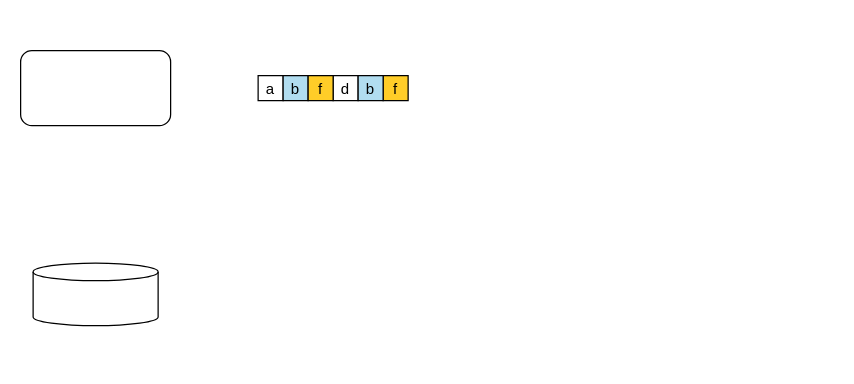
Earlier version of the draw.io diagram 框架.drawio (YurianStormrage/images). Source tidied: cells renumbered, new cells numbered last; positions are measured from the earlier drawing's top-left corner, leaving out a move shared by most shapes. Both pictures are drawn from the tidied source at 125%, with x=0, y=0 at pixel (20, 50).
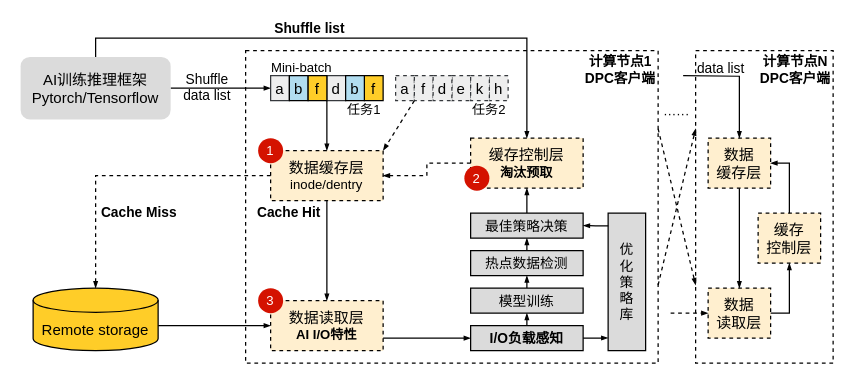
The same diagram, later.

The edit, as a diff of the source:
```diff
@@
+    <mxCell id="10" style="rounded=0;fontFamily=Helvetica;fontSize=11;labelBackgroundColor=none;fillColor=none;dashed=1;" parent="1" vertex="1">
+      <mxGeometry x="540" width="110" height="250" as="geometry" />
+    </mxCell>
+    <mxCell id="11" style="rounded=0;jettySize=auto;exitX=1;exitY=0.25;exitDx=0;exitDy=0;entryX=0;entryY=0.75;entryDx=0;entryDy=0;strokeColor=default;align=center;verticalAlign=middle;fontFamily=Helvetica;fontSize=11;fontColor=default;labelBackgroundColor=none;endArrow=blockThin;endFill=1;endSize=3;dashed=1;" parent="1" edge="1" source="13" target="10">
+      <mxGeometry relative="1" as="geometry" />
+    </mxCell>
+    <mxCell id="12" style="rounded=0;jettySize=auto;exitX=1;exitY=0.75;exitDx=0;exitDy=0;entryX=0;entryY=0.25;entryDx=0;entryDy=0;strokeColor=default;align=center;verticalAlign=middle;fontFamily=Helvetica;fontSize=11;fontColor=default;labelBackgroundColor=none;endArrow=blockThin;endFill=1;endSize=3;dashed=1;" parent="1" edge="1" source="13" target="10">
+      <mxGeometry relative="1" as="geometry" />
+    </mxCell>
+    <mxCell id="13" style="rounded=0;fontFamily=Helvetica;fontSize=11;labelBackgroundColor=none;fillColor=none;dashed=1;" parent="1" vertex="1">
+      <mxGeometry x="180" width="330" height="250" as="geometry" />
+    </mxCell>
+    <mxCell id="14" style="rounded=0;jettySize=auto;html=1;entryX=0;entryY=0.5;entryDx=0;entryDy=0;strokeColor=default;align=center;verticalAlign=middle;fontFamily=Helvetica;fontSize=11;fontColor=default;labelBackgroundColor=none;endArrow=blockThin;endFill=1;endSize=3;exitX=1;exitY=0.6;exitDx=0;exitDy=0;exitPerimeter=0;" parent="1" edge="1" source="2" target="30">
+      <mxGeometry relative="1" as="geometry" />
+    </mxCell>
-    <mxCell id="2" style="shape=cylinder3;boundedLbl=1;backgroundOutline=1;size=7;" parent="1" vertex="1">
-      <mxGeometry x="10" y="170" width="100" height="50" as="geometry" />
+    <mxCell id="2" value="Remote storage" style="shape=cylinder3;boundedLbl=1;backgroundOutline=1;size=9.6666666666668;fillColor=#ffcd28;gradientColor=none;strokeColor=#000000;" parent="1" vertex="1">
+      <mxGeometry x="10" y="190" width="100" height="50" as="geometry" />
     </mxCell>
+    <mxCell id="15" style="edgeStyle=orthogonalEdgeStyle;rounded=0;jettySize=auto;exitX=1;exitY=0.5;exitDx=0;exitDy=0;entryX=0;entryY=0.5;entryDx=0;entryDy=0;strokeColor=default;align=center;verticalAlign=middle;fontFamily=Helvetica;fontSize=11;fontColor=default;labelBackgroundColor=default;endArrow=blockThin;endFill=1;endSize=3;" parent="1" edge="1" source="3" target="4">
+      <mxGeometry relative="1" as="geometry" />
+    </mxCell>
+    <mxCell id="16" value="Shuffle&#10;data list&#10;" style="edgeLabel;align=center;verticalAlign=middle;fontFamily=Helvetica;fontSize=11;fontColor=default;labelBackgroundColor=none;" parent="15" vertex="1">
+      <mxGeometry x="0.35" y="1" relative="1" as="geometry">
+        <mxPoint x="-25" y="6" as="offset" />
+      </mxGeometry>
+    </mxCell>
+    <mxCell id="17" style="edgeStyle=orthogonalEdgeStyle;rounded=0;jettySize=auto;html=1;exitX=0.5;exitY=0;exitDx=0;exitDy=0;entryX=0.5;entryY=0;entryDx=0;entryDy=0;strokeColor=default;align=center;verticalAlign=middle;fontFamily=Helvetica;fontSize=11;fontColor=default;labelBackgroundColor=default;endArrow=blockThin;endFill=1;endSize=3;" parent="1" edge="1" source="3" target="34">
+      <mxGeometry relative="1" as="geometry">
+        <Array as="points">
+          <mxPoint x="60" y="-10" />
+          <mxPoint x="405" y="-10" />
+        </Array>
+      </mxGeometry>
+    </mxCell>
+    <mxCell id="18" value="Shuffle list" style="edgeLabel;align=center;verticalAlign=bottom;fontFamily=Helvetica;fontSize=11;fontColor=default;labelBackgroundColor=none;fontStyle=1;" parent="17" vertex="1">
+      <mxGeometry x="0.23" y="2" relative="1" as="geometry">
+        <mxPoint x="-85" y="2" as="offset" />
+      </mxGeometry>
+    </mxCell>
-    <mxCell id="3" style="rounded=1;whiteSpace=wrap;html=1;" parent="1" vertex="1">
-      <mxGeometry width="120" height="60" as="geometry" />
+    <mxCell id="3" value="AI训练推理框架&#10;Pytorch/Tensorflow" style="rounded=1;verticalAlign=middle;fillColor=#DBDBDB;strokeColor=none;" parent="1" vertex="1">
+      <mxGeometry y="5" width="120" height="50" as="geometry" />
     </mxCell>
+    <mxCell id="19" style="group;fontSize=12;" parent="1" vertex="1">
+      <mxGeometry x="200" y="20" width="90" height="40" as="geometry" />
+    </mxCell>
-    <mxCell id="4" value="a" parent="1" vertex="1">
-      <mxGeometry x="190" y="20" width="20" height="20" as="geometry" />
+    <mxCell id="4" value="a" style="fillColor=#eeeeee;strokeColor=#36393d;" parent="19" vertex="1">
+      <mxGeometry width="15" height="20" as="geometry" />
     </mxCell>
-    <mxCell id="5" value="b" style="fillColor=#b1ddf0;strokeColor=#000000;" parent="1" vertex="1">
-      <mxGeometry x="210" y="20" width="20" height="20" as="geometry" />
+    <mxCell id="5" value="b" style="fillColor=#b1ddf0;strokeColor=#000000;" parent="19" vertex="1">
+      <mxGeometry x="15" width="15" height="20" as="geometry" />
     </mxCell>
-    <mxCell id="6" value="d" parent="1" vertex="1">
-      <mxGeometry x="250" y="20" width="20" height="20" as="geometry" />
+    <mxCell id="6" value="d" style="fillColor=#eeeeee;strokeColor=#36393d;" parent="19" vertex="1">
+      <mxGeometry x="45" width="15" height="20" as="geometry" />
     </mxCell>
-    <mxCell id="7" value="f" style="fillColor=#ffcd28;strokeColor=#000000;gradientColor=none;" parent="1" vertex="1">
-      <mxGeometry x="230" y="20" width="20" height="20" as="geometry" />
+    <mxCell id="7" value="f" style="fillColor=#ffcd28;strokeColor=#000000;gradientColor=none;" parent="19" vertex="1">
+      <mxGeometry x="30" width="15" height="20" as="geometry" />
     </mxCell>
-    <mxCell id="8" value="f" style="fillColor=#ffcd28;strokeColor=#000000;gradientColor=none;" parent="1" vertex="1">
-      <mxGeometry x="290" y="20" width="20" height="20" as="geometry" />
+    <mxCell id="8" value="f" style="fillColor=#ffcd28;strokeColor=#000000;gradientColor=none;" parent="19" vertex="1">
+      <mxGeometry x="75" width="15" height="20" as="geometry" />
     </mxCell>
-    <mxCell id="9" value="b" style="fillColor=#b1ddf0;strokeColor=#000000;" parent="1" vertex="1">
-      <mxGeometry x="270" y="20" width="20" height="20" as="geometry" />
+    <mxCell id="9" value="b" style="fillColor=#b1ddf0;strokeColor=#000000;" parent="19" vertex="1">
+      <mxGeometry x="60" width="15" height="20" as="geometry" />
     </mxCell>
+    <mxCell id="20" value="任务1" style="text;strokeColor=none;align=center;fillColor=none;verticalAlign=middle;rounded=0;fontSize=10.5;" parent="19" vertex="1">
+      <mxGeometry x="60" y="22" width="30" height="10" as="geometry" />
+    </mxCell>
+    <mxCell id="21" style="group;" parent="1" vertex="1">
+      <mxGeometry x="300" y="20" width="90" height="40" as="geometry" />
+    </mxCell>
+    <mxCell id="22" value="a" style="dashed=1;fillColor=#eeeeee;strokeColor=#36393d;" parent="21" vertex="1">
+      <mxGeometry width="15" height="20" as="geometry" />
+    </mxCell>
+    <mxCell id="23" value="f" style="dashed=1;fillColor=#eeeeee;strokeColor=#36393d;" parent="21" vertex="1">
+      <mxGeometry x="15" width="15" height="20" as="geometry" />
+    </mxCell>
+    <mxCell id="24" value="e" style="dashed=1;fillColor=#eeeeee;strokeColor=#36393d;" parent="21" vertex="1">
+      <mxGeometry x="45" width="15" height="20" as="geometry" />
+    </mxCell>
+    <mxCell id="25" value="d" style="dashed=1;fillColor=#eeeeee;strokeColor=#36393d;" parent="21" vertex="1">
+      <mxGeometry x="30" width="15" height="20" as="geometry" />
+    </mxCell>
+    <mxCell id="26" value="h" style="dashed=1;fillColor=#eeeeee;strokeColor=#36393d;" parent="21" vertex="1">
+      <mxGeometry x="75" width="15" height="20" as="geometry" />
+    </mxCell>
+    <mxCell id="27" value="k" style="dashed=1;fillColor=#eeeeee;strokeColor=#36393d;" parent="21" vertex="1">
+      <mxGeometry x="60" width="15" height="20" as="geometry" />
+    </mxCell>
+    <mxCell id="28" value="任务2" style="text;strokeColor=none;align=center;fillColor=none;verticalAlign=middle;rounded=0;fontSize=10.5;" parent="21" vertex="1">
+      <mxGeometry x="60" y="22" width="30" height="10" as="geometry" />
+    </mxCell>
+    <mxCell id="29" style="group;fillColor=#FFEFCF;" parent="1" vertex="1">
+      <mxGeometry x="200" y="200" width="90" height="40" as="geometry" />
+    </mxCell>
+    <mxCell id="30" value="数据读取层" style="rounded=0;dashed=1;fillColor=#FFEFCF;strokeColor=#000000;fontStyle=0;verticalAlign=top;" parent="29" vertex="1">
+      <mxGeometry width="90" height="40" as="geometry" />
+    </mxCell>
+    <mxCell id="31" value="AI I/O特性" style="text;strokeColor=none;align=center;fillColor=#FFEFCF;verticalAlign=middle;rounded=0;fontStyle=1;fontSize=10.5;" parent="29" vertex="1">
+      <mxGeometry x="15" y="22" width="60" height="10" as="geometry" />
+    </mxCell>
+    <mxCell id="32" value="3" style="ellipse;fontFamily=Helvetica;fontSize=10.5;fontColor=#ffffff;labelBackgroundColor=none;fillColor=#D41200;strokeColor=none;" parent="29" vertex="1">
+      <mxGeometry x="-10" y="-10" width="20" height="20" as="geometry" />
+    </mxCell>
+    <mxCell id="33" style="group;fillColor=#FFEFCF;" parent="1" vertex="1">
+      <mxGeometry x="360" y="70" width="90" height="40" as="geometry" />
+    </mxCell>
+    <mxCell id="34" value="缓存控制层" style="rounded=0;dashed=1;fillColor=#FFEFCF;strokeColor=#000000;fontStyle=0;verticalAlign=top;" parent="33" vertex="1">
+      <mxGeometry width="90" height="40" as="geometry" />
+    </mxCell>
+    <mxCell id="35" value="淘汰预取" style="text;strokeColor=none;align=center;fillColor=#FFEFCF;verticalAlign=middle;rounded=0;fontStyle=1;fontSize=10.5;" parent="33" vertex="1">
+      <mxGeometry x="15" y="22" width="60" height="10" as="geometry" />
+    </mxCell>
+    <mxCell id="36" value="2" style="ellipse;fontFamily=Helvetica;fontSize=10.5;fontColor=#ffffff;labelBackgroundColor=none;fillColor=#D41200;strokeColor=none;" parent="33" vertex="1">
+      <mxGeometry x="-5" y="22" width="20" height="20" as="geometry" />
+    </mxCell>
+    <mxCell id="37" style="group;fillColor=#FFEFCF;" parent="1" vertex="1">
+      <mxGeometry x="200" y="80" width="90" height="40" as="geometry" />
+    </mxCell>
+    <mxCell id="38" value="数据缓存层" style="rounded=0;dashed=1;fillColor=#FFEFCF;strokeColor=#000000;fontStyle=0;verticalAlign=top;" parent="37" vertex="1">
+      <mxGeometry width="90" height="40" as="geometry" />
+    </mxCell>
+    <mxCell id="39" value="inode/dentry" style="text;strokeColor=none;align=center;fillColor=#FFEFCF;verticalAlign=middle;rounded=0;fontStyle=0;fontSize=10.5;" parent="37" vertex="1">
+      <mxGeometry x="15" y="22" width="60" height="10" as="geometry" />
+    </mxCell>
+    <mxCell id="40" value="1" style="ellipse;fontFamily=Helvetica;fontSize=10.5;fontColor=#ffffff;labelBackgroundColor=none;fillColor=#D41200;strokeColor=none;" parent="37" vertex="1">
+      <mxGeometry x="-10" y="-10" width="20" height="20" as="geometry" />
+    </mxCell>
+    <mxCell id="41" style="edgeStyle=orthogonalEdgeStyle;rounded=0;jettySize=auto;exitX=0;exitY=1;exitDx=0;exitDy=0;entryX=0.5;entryY=0;entryDx=0;entryDy=0;endArrow=blockThin;endFill=1;endSize=3;" parent="1" edge="1" source="6" target="38">
+      <mxGeometry relative="1" as="geometry" />
+    </mxCell>
+    <mxCell id="42" style="edgeStyle=orthogonalEdgeStyle;rounded=0;jettySize=auto;exitX=0.5;exitY=1;exitDx=0;exitDy=0;entryX=0.5;entryY=0;entryDx=0;entryDy=0;strokeColor=default;align=center;verticalAlign=middle;fontFamily=Helvetica;fontSize=11;fontColor=default;labelBackgroundColor=default;endArrow=blockThin;endFill=1;endSize=3;" parent="1" edge="1" source="38" target="30">
+      <mxGeometry relative="1" as="geometry" />
+    </mxCell>
+    <mxCell id="43" style="edgeStyle=orthogonalEdgeStyle;rounded=0;jettySize=auto;exitX=0;exitY=0.5;exitDx=0;exitDy=0;entryX=1;entryY=0.5;entryDx=0;entryDy=0;strokeColor=default;align=center;verticalAlign=middle;fontFamily=Helvetica;fontSize=11;fontColor=default;labelBackgroundColor=default;endArrow=blockThin;endFill=1;endSize=3;dashed=1;" parent="1" edge="1" source="34" target="38">
+      <mxGeometry relative="1" as="geometry" />
+    </mxCell>
+    <mxCell id="44" style="rounded=0;jettySize=auto;exitX=0;exitY=1;exitDx=0;exitDy=0;entryX=1;entryY=0;entryDx=0;entryDy=0;strokeColor=default;align=center;verticalAlign=middle;fontFamily=Helvetica;fontSize=11;fontColor=default;labelBackgroundColor=default;endArrow=blockThin;endFill=1;endSize=3;dashed=1;" parent="1" edge="1" source="23" target="38">
+      <mxGeometry relative="1" as="geometry" />
+    </mxCell>
+    <mxCell id="45" style="edgeStyle=orthogonalEdgeStyle;rounded=0;jettySize=auto;exitX=0;exitY=0.5;exitDx=0;exitDy=0;entryX=0.5;entryY=0;entryDx=0;entryDy=0;entryPerimeter=0;strokeColor=default;align=center;verticalAlign=middle;fontFamily=Helvetica;fontSize=11;fontColor=default;labelBackgroundColor=default;endArrow=blockThin;endFill=1;endSize=3;dashed=1;" parent="1" edge="1" source="38" target="2">
+      <mxGeometry relative="1" as="geometry" />
+    </mxCell>
+    <mxCell id="46" value="Cache Hit" style="text;strokeColor=none;align=center;fillColor=none;verticalAlign=middle;rounded=0;fontFamily=Helvetica;fontSize=11;fontColor=default;labelBackgroundColor=none;fontStyle=1;" parent="1" vertex="1">
+      <mxGeometry x="190" y="124" width="50" height="10" as="geometry" />
+    </mxCell>
+    <mxCell id="47" value="Cache Miss" style="text;strokeColor=none;align=center;fillColor=none;verticalAlign=middle;rounded=0;fontFamily=Helvetica;fontSize=11;fontColor=default;labelBackgroundColor=none;fontStyle=1;" parent="1" vertex="1">
+      <mxGeometry x="65" y="124" width="60" height="10" as="geometry" />
+    </mxCell>
+    <mxCell id="48" style="edgeStyle=orthogonalEdgeStyle;rounded=0;jettySize=auto;exitX=0.5;exitY=0;exitDx=0;exitDy=0;entryX=0.5;entryY=1;entryDx=0;entryDy=0;strokeColor=default;align=center;verticalAlign=middle;fontFamily=Helvetica;fontSize=11;fontColor=default;labelBackgroundColor=default;endArrow=blockThin;endFill=1;endSize=3;" parent="1" edge="1" source="49" target="51">
+      <mxGeometry relative="1" as="geometry" />
+    </mxCell>
+    <mxCell id="49" value="I/O负载感知" style="rounded=0;fontFamily=Helvetica;fontSize=11;fontColor=default;labelBackgroundColor=none;fillColor=#DBDBDB;fontStyle=1;" parent="1" vertex="1">
+      <mxGeometry x="360" y="220" width="90" height="20" as="geometry" />
+    </mxCell>
+    <mxCell id="50" style="edgeStyle=orthogonalEdgeStyle;rounded=0;jettySize=auto;exitX=0.5;exitY=0;exitDx=0;exitDy=0;entryX=0.5;entryY=1;entryDx=0;entryDy=0;strokeColor=default;align=center;verticalAlign=middle;fontFamily=Helvetica;fontSize=11;fontColor=default;labelBackgroundColor=default;endArrow=blockThin;endFill=1;endSize=3;" parent="1" edge="1" source="51" target="53">
+      <mxGeometry relative="1" as="geometry" />
+    </mxCell>
+    <mxCell id="51" value="模型训练" style="rounded=0;fontFamily=Helvetica;fontSize=11;fontColor=default;labelBackgroundColor=none;fillColor=#DBDBDB;" parent="1" vertex="1">
+      <mxGeometry x="360" y="190" width="90" height="20" as="geometry" />
+    </mxCell>
+    <mxCell id="52" style="edgeStyle=orthogonalEdgeStyle;rounded=0;jettySize=auto;exitX=0.5;exitY=0;exitDx=0;exitDy=0;entryX=0.5;entryY=1;entryDx=0;entryDy=0;strokeColor=default;align=center;verticalAlign=middle;fontFamily=Helvetica;fontSize=11;fontColor=default;labelBackgroundColor=default;endArrow=blockThin;endFill=1;endSize=3;" parent="1" edge="1" source="53" target="55">
+      <mxGeometry relative="1" as="geometry" />
+    </mxCell>
+    <mxCell id="53" value="热点数据检测" style="rounded=0;fontFamily=Helvetica;fontSize=11;fontColor=default;labelBackgroundColor=none;fillColor=#DBDBDB;" parent="1" vertex="1">
+      <mxGeometry x="360" y="160" width="90" height="20" as="geometry" />
+    </mxCell>
+    <mxCell id="54" style="edgeStyle=orthogonalEdgeStyle;rounded=0;jettySize=auto;exitX=0.5;exitY=0;exitDx=0;exitDy=0;entryX=0.5;entryY=1;entryDx=0;entryDy=0;strokeColor=default;align=center;verticalAlign=middle;fontFamily=Helvetica;fontSize=11;fontColor=default;labelBackgroundColor=default;endArrow=blockThin;endFill=1;endSize=3;" parent="1" edge="1" source="55" target="34">
+      <mxGeometry relative="1" as="geometry" />
+    </mxCell>
+    <mxCell id="55" value="最佳策略决策" style="rounded=0;fontFamily=Helvetica;fontSize=11;fontColor=default;labelBackgroundColor=none;fillColor=#DBDBDB;" parent="1" vertex="1">
+      <mxGeometry x="360" y="130" width="90" height="20" as="geometry" />
+    </mxCell>
+    <mxCell id="56" style="edgeStyle=orthogonalEdgeStyle;rounded=0;jettySize=auto;exitX=1;exitY=0.75;exitDx=0;exitDy=0;entryX=0;entryY=0.5;entryDx=0;entryDy=0;strokeColor=default;align=center;verticalAlign=middle;fontFamily=Helvetica;fontSize=11;fontColor=default;labelBackgroundColor=default;endArrow=blockThin;endFill=1;endSize=3;" parent="1" edge="1" source="30" target="49">
+      <mxGeometry relative="1" as="geometry" />
+    </mxCell>
+    <mxCell id="57" value="Mini-batch" style="text;strokeColor=none;align=center;fillColor=none;verticalAlign=middle;rounded=0;fontFamily=Helvetica;fontSize=10.5;fontColor=default;labelBackgroundColor=none;" parent="1" vertex="1">
+      <mxGeometry x="200" y="8" width="50" height="10" as="geometry" />
+    </mxCell>
+    <mxCell id="58" value="优&#10;化&#10;策&#10;略&#10;库" style="rounded=0;fontFamily=Helvetica;fontSize=11;fontColor=default;labelBackgroundColor=none;fillColor=#DBDBDB;" parent="1" vertex="1">
+      <mxGeometry x="470" y="130" width="30" height="110" as="geometry" />
+    </mxCell>
+    <mxCell id="59" style="endArrow=blockThin;rounded=0;strokeColor=default;align=center;verticalAlign=middle;fontFamily=Helvetica;fontSize=11;fontColor=default;labelBackgroundColor=default;edgeStyle=orthogonalEdgeStyle;endSize=3;exitX=0.004;exitY=0.092;exitDx=0;exitDy=0;exitPerimeter=0;entryX=1;entryY=0.5;entryDx=0;entryDy=0;endFill=1;" parent="1" edge="1" source="58" target="55">
+      <mxGeometry relative="1" as="geometry" />
+    </mxCell>
+    <mxCell id="60" style="endArrow=blockThin;rounded=0;strokeColor=default;align=center;verticalAlign=middle;fontFamily=Helvetica;fontSize=11;fontColor=default;labelBackgroundColor=default;edgeStyle=orthogonalEdgeStyle;endSize=3;exitX=1;exitY=0.5;exitDx=0;exitDy=0;entryX=-0.001;entryY=0.908;entryDx=0;entryDy=0;endFill=1;entryPerimeter=0;" parent="1" edge="1" source="49" target="58">
+      <mxGeometry relative="1" as="geometry" />
+    </mxCell>
+    <mxCell id="61" value="计算节点1&#10;DPC客户端" style="text;strokeColor=none;align=center;fillColor=none;verticalAlign=middle;rounded=0;fontFamily=Helvetica;fontSize=11;fontColor=default;labelBackgroundColor=none;fontStyle=1;" parent="1" vertex="1">
+      <mxGeometry x="450" width="60" height="30" as="geometry" />
+    </mxCell>
+    <mxCell id="62" value="计算节点N&#10;DPC客户端" style="text;strokeColor=none;align=center;fillColor=none;verticalAlign=middle;rounded=0;fontFamily=Helvetica;fontSize=11;fontColor=default;labelBackgroundColor=none;fontStyle=1;" parent="1" vertex="1">
+      <mxGeometry x="590" width="60" height="30" as="geometry" />
+    </mxCell>
+    <mxCell id="63" style="group;fillColor=#FFEFCF;verticalAlign=middle;" parent="1" vertex="1">
+      <mxGeometry x="550" y="190" width="50" height="40" as="geometry" />
+    </mxCell>
+    <mxCell id="64" value="数据&#10;读取层" style="rounded=0;dashed=1;fillColor=#FFEFCF;strokeColor=#000000;fontStyle=0;verticalAlign=middle;" parent="63" vertex="1">
+      <mxGeometry width="50" height="40" as="geometry" />
+    </mxCell>
+    <mxCell id="65" style="group;fillColor=#FFEFCF;verticalAlign=middle;" parent="1" vertex="1">
+      <mxGeometry x="590" y="130" width="50" height="40" as="geometry" />
+    </mxCell>
+    <mxCell id="66" value="缓存&#10;控制层" style="rounded=0;dashed=1;fillColor=#FFEFCF;strokeColor=#000000;fontStyle=0;verticalAlign=middle;" parent="65" vertex="1">
+      <mxGeometry width="50" height="40" as="geometry" />
+    </mxCell>
+    <mxCell id="67" style="group;fillColor=#FFEFCF;verticalAlign=middle;" parent="1" vertex="1">
+      <mxGeometry x="550" y="70" width="50" height="40" as="geometry" />
+    </mxCell>
+    <mxCell id="68" value="数据&#10;缓存层" style="rounded=0;dashed=1;fillColor=#FFEFCF;strokeColor=#000000;fontStyle=0;verticalAlign=middle;" parent="67" vertex="1">
+      <mxGeometry width="50" height="40" as="geometry" />
+    </mxCell>
+    <mxCell id="69" style="edgeStyle=orthogonalEdgeStyle;rounded=0;jettySize=auto;exitX=0.5;exitY=1;exitDx=0;exitDy=0;entryX=0.5;entryY=0;entryDx=0;entryDy=0;strokeColor=default;align=center;verticalAlign=middle;fontFamily=Helvetica;fontSize=11;fontColor=default;labelBackgroundColor=none;endArrow=blockThin;endFill=1;endSize=3;" parent="1" edge="1" source="68" target="64">
+      <mxGeometry relative="1" as="geometry" />
+    </mxCell>
+    <mxCell id="70" style="edgeStyle=orthogonalEdgeStyle;rounded=0;jettySize=auto;exitX=1;exitY=0.5;exitDx=0;exitDy=0;entryX=0.5;entryY=1;entryDx=0;entryDy=0;strokeColor=default;align=center;verticalAlign=middle;fontFamily=Helvetica;fontSize=11;fontColor=default;labelBackgroundColor=none;endArrow=blockThin;endFill=1;endSize=3;" parent="1" edge="1" source="64" target="66">
+      <mxGeometry relative="1" as="geometry">
+        <Array as="points">
+          <mxPoint x="615" y="210" />
+        </Array>
+      </mxGeometry>
+    </mxCell>
+    <mxCell id="71" style="edgeStyle=orthogonalEdgeStyle;rounded=0;jettySize=auto;exitX=0.5;exitY=0;exitDx=0;exitDy=0;entryX=1;entryY=0.5;entryDx=0;entryDy=0;strokeColor=default;align=center;verticalAlign=middle;fontFamily=Helvetica;fontSize=11;fontColor=default;labelBackgroundColor=default;endArrow=blockThin;endFill=1;endSize=3;" parent="1" edge="1" source="66" target="68">
+      <mxGeometry relative="1" as="geometry">
+        <Array as="points">
+          <mxPoint x="615" y="90" />
+        </Array>
+      </mxGeometry>
+    </mxCell>
+    <mxCell id="72" style="endArrow=blockThin;rounded=0;strokeColor=default;align=center;verticalAlign=middle;fontFamily=Helvetica;fontSize=11;fontColor=default;labelBackgroundColor=none;edgeStyle=orthogonalEdgeStyle;endSize=3;entryX=0.5;entryY=0;entryDx=0;entryDy=0;endFill=1;" parent="1" edge="1" target="68">
+      <mxGeometry relative="1" as="geometry">
+        <mxPoint x="530" y="20" as="sourcePoint" />
+      </mxGeometry>
+    </mxCell>
+    <mxCell id="73" value="data list" style="edgeLabel;align=center;verticalAlign=bottom;fontFamily=Helvetica;fontSize=11;fontColor=default;labelBackgroundColor=none;" parent="72" vertex="1">
+      <mxGeometry x="-0.29" relative="1" as="geometry">
+        <mxPoint x="-4" y="2" as="offset" />
+      </mxGeometry>
+    </mxCell>
+    <mxCell id="74" value="······" style="text;strokeColor=none;align=center;fillColor=none;verticalAlign=middle;rounded=0;fontFamily=Helvetica;fontSize=10.5;fontColor=default;labelBackgroundColor=none;" parent="1" vertex="1">
+      <mxGeometry x="515" y="45" width="20" height="10" as="geometry" />
+    </mxCell>
+    <mxCell id="75" style="endArrow=blockThin;rounded=0;strokeColor=default;align=center;verticalAlign=middle;fontFamily=Helvetica;fontSize=11;fontColor=default;labelBackgroundColor=none;endSize=3;entryX=0;entryY=0.5;entryDx=0;entryDy=0;endFill=1;dashed=1;" parent="1" edge="1" target="64">
+      <mxGeometry relative="1" as="geometry">
+        <mxPoint x="520" y="210" as="sourcePoint" />
+      </mxGeometry>
+    </mxCell>
```
